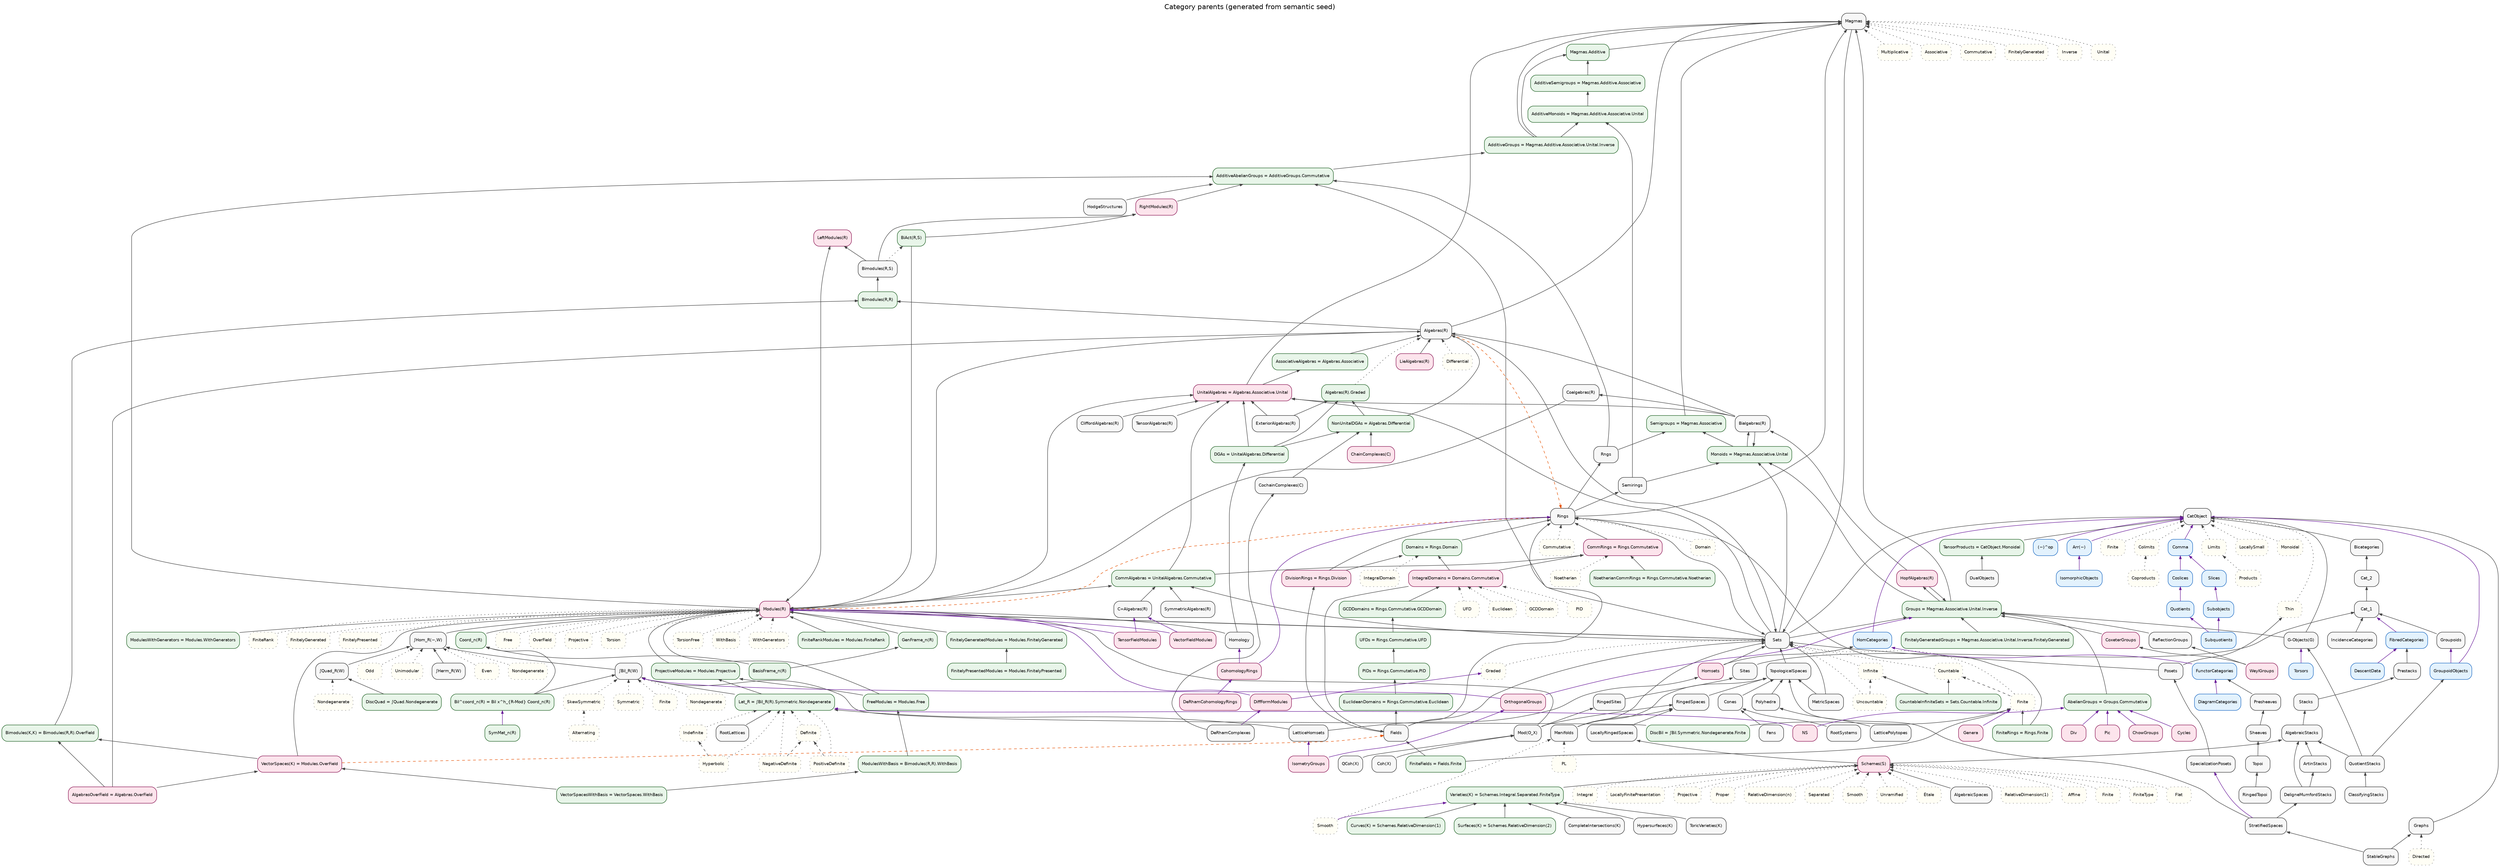
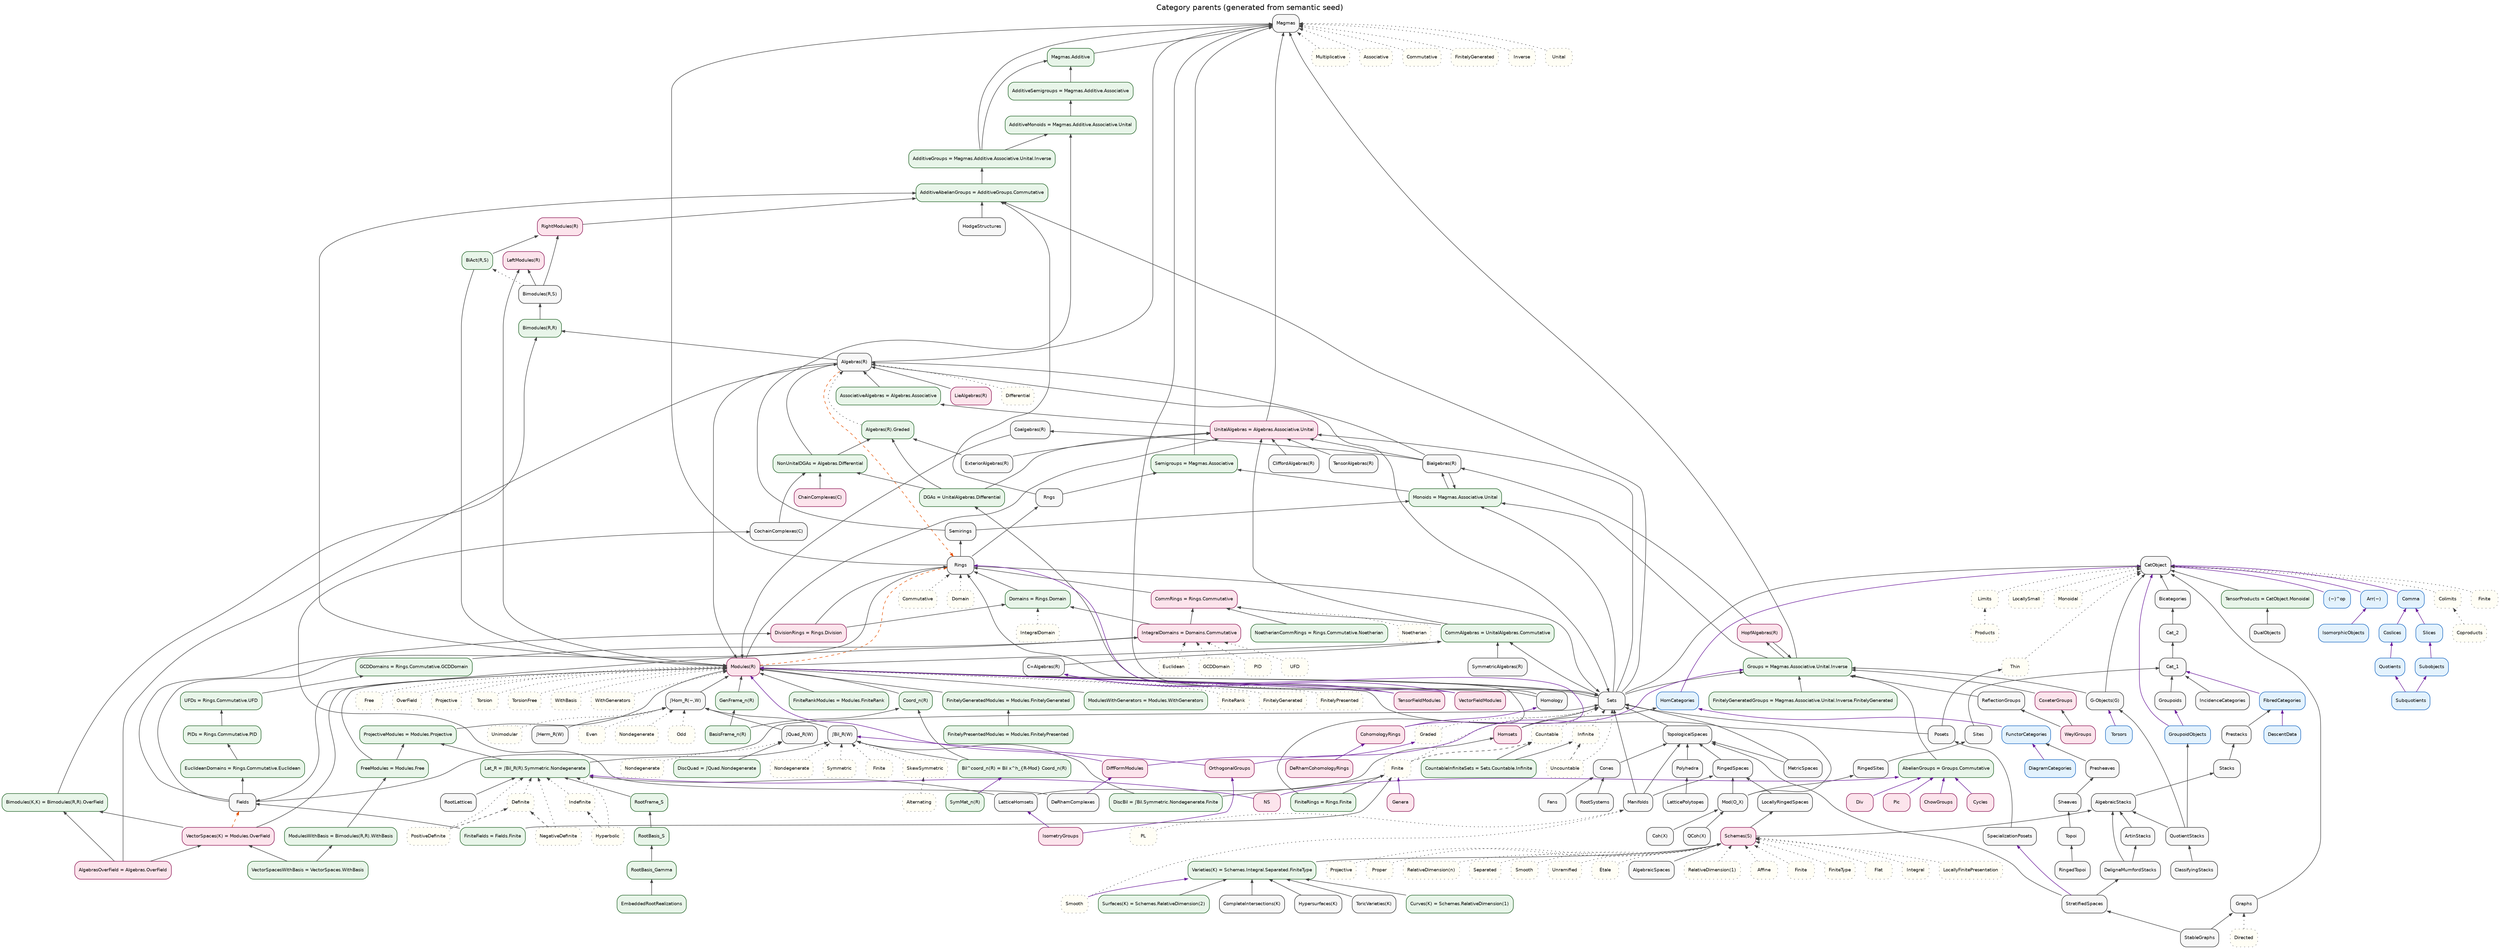
// GENERATED from semantic_seed/ — semantic presentation view.
// Authoritative: design/normalized_category_graph/semantic_seed/
// Factory/viz layout: category_parent_graph.dot (hand; see .hand.dot)

digraph CategoryParents {
  graph [
    rankdir=BT
    labelloc=t
    label="Category parents (generated from semantic seed)"
    fontsize=15
    fontname="Helvetica"
    nodesep=0.28
    ranksep=0.45
    splines=true
  ];
  node [
    shape=box
    style="rounded,filled"
    fontname="Helvetica"
    fontsize=9
    fillcolor="#f7f7f7"
    color="#333333"
  ];
  edge [color="#444444", arrowsize=0.65];

  // --- category_family ---
  AlgebraicSpaces [style="rounded,filled", fillcolor="#f7f7f7", color="#333333", id="cat.algebraicspaces", kind="category_family"];
  AlgebraicStacks [style="rounded,filled", fillcolor="#f7f7f7", color="#333333", id="cat.algebraicstacks", kind="category_family"];
  "Algebras(R)" [style="rounded,filled", fillcolor="#f7f7f7", color="#333333", id="cat.algebras_r", kind="category_family"];
  ArtinStacks [style="rounded,filled", fillcolor="#f7f7f7", color="#333333", id="cat.artinstacks", kind="category_family"];
  "Bialgebras(R)" [style="rounded,filled", fillcolor="#f7f7f7", color="#333333", id="cat.bialgebras_r", kind="category_family"];
  Bicategories [style="rounded,filled", fillcolor="#f7f7f7", color="#333333", id="cat.bicategories", kind="category_family"];
  "Bimodules(R,S)" [style="rounded,filled", fillcolor="#f7f7f7", color="#333333", id="cat.bimodules_r_s", kind="category_family"];
  CatObject [style="rounded,filled", fillcolor="#f7f7f7", color="#333333", id="cat.cat_object", kind="category_family"];
  Cat_1 [style="rounded,filled", fillcolor="#f7f7f7", color="#333333", id="cat.cat_1", kind="category_family"];
  Cat_2 [style="rounded,filled", fillcolor="#f7f7f7", color="#333333", id="cat.cat_2", kind="category_family"];
  "ChainComplexes(C)" [style="rounded,filled", fillcolor="#f7f7f7", color="#333333", id="cat.chaincomplexes", kind="category_family"];
  ClassifyingStacks [style="rounded,filled", fillcolor="#f7f7f7", color="#333333", id="cat.classifyingstacks", kind="category_family"];
  "CliffordAlgebras(R)" [style="rounded,filled", fillcolor="#f7f7f7", color="#333333", id="cat.cliffordalgebras", kind="category_family"];
  "Coalgebras(R)" [style="rounded,filled", fillcolor="#f7f7f7", color="#333333", id="cat.coalgebras_r", kind="category_family"];
  "CochainComplexes(C)" [style="rounded,filled", fillcolor="#f7f7f7", color="#333333", id="cat.cochaincomplexes", kind="category_family"];
  "Coh(X)" [style="rounded,filled", fillcolor="#f7f7f7", color="#333333", id="cat.coh", kind="category_family"];
  "CompleteIntersections(K)" [style="rounded,filled", fillcolor="#f7f7f7", color="#333333", id="cat.completeintersections", kind="category_family"];
  Cones [style="rounded,filled", fillcolor="#f7f7f7", color="#333333", id="cat.cones", kind="category_family"];
  CoxeterGroups [style="rounded,filled", fillcolor="#f7f7f7", color="#333333", id="cat.coxeter_groups", kind="category_family"];
  "C∞Algebras(R)" [style="rounded,filled", fillcolor="#f7f7f7", color="#333333", id="cat.cinftyalgebras", kind="category_family"];
  DeRhamComplexes [style="rounded,filled", fillcolor="#f7f7f7", color="#333333", id="cat.derhamcomplexes", kind="category_family"];
  DeligneMumfordStacks [style="rounded,filled", fillcolor="#f7f7f7", color="#333333", id="cat.delignemumfordstacks", kind="category_family"];
  DualObjects [style="rounded,filled", fillcolor="#f7f7f7", color="#333333", id="cat.dualobjects", kind="category_family"];
  "ExteriorAlgebras(R)" [style="rounded,filled", fillcolor="#f7f7f7", color="#333333", id="cat.exterioralgebras", kind="category_family"];
  Fans [style="rounded,filled", fillcolor="#f7f7f7", color="#333333", id="cat.fans", kind="category_family"];
  Fields [style="rounded,filled", fillcolor="#f7f7f7", color="#333333", id="cat.fields", kind="category_family"];
  "G-Objects(G)" [style="rounded,filled", fillcolor="#f7f7f7", color="#333333", id="cat.g_objects", kind="category_family"];
  Graphs [style="rounded,filled", fillcolor="#f7f7f7", color="#333333", id="cat.graphs", kind="category_family"];
  Groupoids [style="rounded,filled", fillcolor="#f7f7f7", color="#333333", id="cat.groupoids", kind="category_family"];
  HodgeStructures [style="rounded,filled", fillcolor="#f7f7f7", color="#333333", id="cat.hodgestructures", kind="category_family"];
  Homology [style="rounded,filled", fillcolor="#f7f7f7", color="#333333", id="cat.homology", kind="category_family"];
  Homsets [style="rounded,filled", fillcolor="#f7f7f7", color="#333333", id="cat.homsets", kind="category_family"];
  "HopfAlgebras(R)" [style="rounded,filled", fillcolor="#f7f7f7", color="#333333", id="cat.hopf_algebras_r", kind="category_family"];
  "Hypersurfaces(K)" [style="rounded,filled", fillcolor="#f7f7f7", color="#333333", id="cat.hypersurfaces", kind="category_family"];
  IncidenceCategories [style="rounded,filled", fillcolor="#f7f7f7", color="#333333", id="cat.incidencecategories", kind="category_family"];
  LatticeHomsets [style="rounded,filled", fillcolor="#f7f7f7", color="#333333", id="cat.latticehomsets", kind="category_family"];
  LatticePolytopes [style="rounded,filled", fillcolor="#f7f7f7", color="#333333", id="cat.latticepolytopes", kind="category_family"];
  "LieAlgebras(R)" [style="rounded,filled", fillcolor="#f7f7f7", color="#333333", id="cat.lie_algebras_r", kind="category_family"];
  LocallyRingedSpaces [style="rounded,filled", fillcolor="#f7f7f7", color="#333333", id="cat.locallyringedspaces", kind="category_family"];
  Magmas [style="rounded,filled", fillcolor="#f7f7f7", color="#333333", id="cat.magmas", kind="category_family"];
  Manifolds [style="rounded,filled", fillcolor="#f7f7f7", color="#333333", id="cat.manifolds", kind="category_family"];
  MetricSpaces [style="rounded,filled", fillcolor="#f7f7f7", color="#333333", id="cat.metricspaces", kind="category_family"];
  "Mod(O_X)" [style="rounded,filled", fillcolor="#f7f7f7", color="#333333", id="cat.mod", kind="category_family"];
  "Modules(R)" [style="rounded,filled", fillcolor="#f7f7f7", color="#333333", id="cat.modules_r", kind="category_family"];
  Polyhedra [style="rounded,filled", fillcolor="#f7f7f7", color="#333333", id="cat.polyhedra", kind="category_family"];
  Posets [style="rounded,filled", fillcolor="#f7f7f7", color="#333333", id="cat.posets", kind="category_family"];
  Presheaves [style="rounded,filled", fillcolor="#f7f7f7", color="#333333", id="cat.presheaves", kind="category_family"];
  Prestacks [style="rounded,filled", fillcolor="#f7f7f7", color="#333333", id="cat.prestacks", kind="category_family"];
  "QCoh(X)" [style="rounded,filled", fillcolor="#f7f7f7", color="#333333", id="cat.qcoh", kind="category_family"];
  QuotientStacks [style="rounded,filled", fillcolor="#f7f7f7", color="#333333", id="cat.quotientstacks", kind="category_family"];
  ReflectionGroups [style="rounded,filled", fillcolor="#f7f7f7", color="#333333", id="cat.reflectiongroups", kind="category_family"];
  RingedSites [style="rounded,filled", fillcolor="#f7f7f7", color="#333333", id="cat.ringedsites", kind="category_family"];
  RingedSpaces [style="rounded,filled", fillcolor="#f7f7f7", color="#333333", id="cat.ringedspaces", kind="category_family"];
  RingedTopoi [style="rounded,filled", fillcolor="#f7f7f7", color="#333333", id="cat.ringedtopoi", kind="category_family"];
  Rings [style="rounded,filled", fillcolor="#f7f7f7", color="#333333", id="cat.rings", kind="category_family"];
  Rngs [style="rounded,filled", fillcolor="#f7f7f7", color="#333333", id="cat.rngs", kind="category_family"];
  RootLattices [style="rounded,filled", fillcolor="#f7f7f7", color="#333333", id="cat.rootlattices", kind="category_family"];
  RootSystems [style="rounded,filled", fillcolor="#f7f7f7", color="#333333", id="cat.rootsystems", kind="category_family"];
  "Schemes(S)" [style="rounded,filled", fillcolor="#f7f7f7", color="#333333", id="cat.schemes_s", kind="category_family"];
  Semirings [style="rounded,filled", fillcolor="#f7f7f7", color="#333333", id="cat.semirings", kind="category_family"];
  Sets [style="rounded,filled", fillcolor="#f7f7f7", color="#333333", id="cat.sets", kind="category_family"];
  Sheaves [style="rounded,filled", fillcolor="#f7f7f7", color="#333333", id="cat.sheaves", kind="category_family"];
  Sites [style="rounded,filled", fillcolor="#f7f7f7", color="#333333", id="cat.sites", kind="category_family"];
  SpecializationPosets [style="rounded,filled", fillcolor="#f7f7f7", color="#333333", id="cat.specializationposets", kind="category_family"];
  StableGraphs [style="rounded,filled", fillcolor="#f7f7f7", color="#333333", id="cat.stablegraphs", kind="category_family"];
  Stacks [style="rounded,filled", fillcolor="#f7f7f7", color="#333333", id="cat.stacks", kind="category_family"];
  StratifiedSpaces [style="rounded,filled", fillcolor="#f7f7f7", color="#333333", id="cat.stratifiedspaces", kind="category_family"];
  "SymmetricAlgebras(R)" [style="rounded,filled", fillcolor="#f7f7f7", color="#333333", id="cat.symmetricalgebras", kind="category_family"];
  "TensorAlgebras(R)" [style="rounded,filled", fillcolor="#f7f7f7", color="#333333", id="cat.tensoralgebras", kind="category_family"];
  Topoi [style="rounded,filled", fillcolor="#f7f7f7", color="#333333", id="cat.topoi", kind="category_family"];
  TopologicalSpaces [style="rounded,filled", fillcolor="#f7f7f7", color="#333333", id="cat.topologicalspaces", kind="category_family"];
  "ToricVarieties(K)" [style="rounded,filled", fillcolor="#f7f7f7", color="#333333", id="cat.toricvarieties", kind="category_family"];
  WeylGroups [style="rounded,filled", fillcolor="#f7f7f7", color="#333333", id="cat.weyl_groups", kind="category_family"];
  "∫Bil_R(W)" [style="rounded,filled", fillcolor="#f7f7f7", color="#333333", id="cat.int_bil_r", kind="category_family"];
  "∫Herm_R(W)" [style="rounded,filled", fillcolor="#f7f7f7", color="#333333", id="cat.int_herm_r", kind="category_family"];
  "∫Hom_R(−,W)" [style="rounded,filled", fillcolor="#f7f7f7", color="#333333", id="cat.int_hom_r", kind="category_family"];
  "∫Quad_R(W)" [style="rounded,filled", fillcolor="#f7f7f7", color="#333333", id="cat.int_quad_r", kind="category_family"];

  // --- derived_category ---
  "AbelianGroups = Groups.Commutative" [style="rounded,filled", fillcolor="#e8f5e9", color="#1b5e20", id="cat.abelian_groups", kind="derived_category"];
  "AdditiveAbelianGroups = AdditiveGroups.Commutative" [style="rounded,filled", fillcolor="#e8f5e9", color="#1b5e20", id="cat.additive_abelian_groups", kind="derived_category"];
  "AdditiveGroups = Magmas.Additive.Associative.Unital.Inverse" [style="rounded,filled", fillcolor="#e8f5e9", color="#1b5e20", id="cat.additive_groups", kind="derived_category"];
  "AdditiveMonoids = Magmas.Additive.Associative.Unital" [style="rounded,filled", fillcolor="#e8f5e9", color="#1b5e20", id="cat.additive_monoids", kind="derived_category"];
  "AdditiveSemigroups = Magmas.Additive.Associative" [style="rounded,filled", fillcolor="#e8f5e9", color="#1b5e20", id="cat.additive_semigroups", kind="derived_category"];
  "Algebras(R).Graded" [style="rounded,filled", fillcolor="#e8f5e9", color="#1b5e20", id="cat.algebras_r.graded", kind="derived_category"];
  "AlgebrasOverField = Algebras.OverField" [style="rounded,filled", fillcolor="#e8f5e9", color="#1b5e20", id="cat.algebras_over_field", kind="derived_category"];
  "AssociativeAlgebras = Algebras.Associative" [style="rounded,filled", fillcolor="#e8f5e9", color="#1b5e20", id="cat.associativealgebras", kind="derived_category"];
  "BasisFrame_n(R)" [style="rounded,filled", fillcolor="#e8f5e9", color="#1b5e20", id="cat.basisframe_n_r", kind="derived_category"];
  "BiAct(R,S)" [style="rounded,filled", fillcolor="#e8f5e9", color="#1b5e20", id="cat.biact_r_s", kind="derived_category"];
  "Bil^coord_n(R) = Bil x^h_{R-Mod} Coord_n(R)" [style="rounded,filled", fillcolor="#e8f5e9", color="#1b5e20", id="cat.bil_coord_n_r", kind="derived_category"];
  "Bimodules(K,K) = Bimodules(R,R).OverField" [style="rounded,filled", fillcolor="#e8f5e9", color="#1b5e20", id="cat.bimodules_k_k", kind="derived_category"];
  "Bimodules(R,R)" [style="rounded,filled", fillcolor="#e8f5e9", color="#1b5e20", id="cat.bimodules_r_r", kind="derived_category"];
  "CommAlgebras = UnitalAlgebras.Commutative" [style="rounded,filled", fillcolor="#e8f5e9", color="#1b5e20", id="cat.commutative_algebras", kind="derived_category"];
  "CommRings = Rings.Commutative" [style="rounded,filled", fillcolor="#e8f5e9", color="#1b5e20", id="cat.commutative_rings", kind="derived_category"];
  "Coord_n(R)" [style="rounded,filled", fillcolor="#e8f5e9", color="#1b5e20", id="cat.coord_n_r", kind="derived_category"];
  "CountableInfiniteSets = Sets.Countable.Infinite" [style="rounded,filled", fillcolor="#e8f5e9", color="#1b5e20", id="cat.countableinfinitesets", kind="derived_category"];
  "Curves(K) = Schemes.RelativeDimension(1)" [style="rounded,filled", fillcolor="#e8f5e9", color="#1b5e20", id="cat.curves", kind="derived_category"];
  "DGAs = UnitalAlgebras.Differential" [style="rounded,filled", fillcolor="#e8f5e9", color="#1b5e20", id="cat.dgas", kind="derived_category"];
  "DiscBil = ∫Bil.Symmetric.Nondegenerate.Finite" [style="rounded,filled", fillcolor="#e8f5e9", color="#1b5e20", id="cat.discbil", kind="derived_category"];
  "DiscQuad = ∫Quad.Nondegenerate" [style="rounded,filled", fillcolor="#e8f5e9", color="#1b5e20", id="cat.discquad", kind="derived_category"];
  "DivisionRings = Rings.Division" [style="rounded,filled", fillcolor="#e8f5e9", color="#1b5e20", id="cat.division_rings", kind="derived_category"];
  "Domains = Rings.Domain" [style="rounded,filled", fillcolor="#e8f5e9", color="#1b5e20", id="cat.domains", kind="derived_category"];
+   EmbeddedRootRealizations [style="rounded,filled", fillcolor="#e8f5e9", color="#1b5e20", id="cat.embeddedrootrealization", kind="derived_category"];
  "EuclideanDomains = Rings.Commutative.Euclidean" [style="rounded,filled", fillcolor="#e8f5e9", color="#1b5e20", id="cat.euclidean_domains", kind="derived_category"];
  "FiniteFields = Fields.Finite" [style="rounded,filled", fillcolor="#e8f5e9", color="#1b5e20", id="cat.finite_fields", kind="derived_category"];
  "FiniteRankModules = Modules.FiniteRank" [style="rounded,filled", fillcolor="#e8f5e9", color="#1b5e20", id="cat.finiterankmodules", kind="derived_category"];
  "FiniteRings = Rings.Finite" [style="rounded,filled", fillcolor="#e8f5e9", color="#1b5e20", id="cat.finite_rings", kind="derived_category"];
  "FinitelyGeneratedGroups = Magmas.Associative.Unital.Inverse.FinitelyGenerated" [style="rounded,filled", fillcolor="#e8f5e9", color="#1b5e20", id="cat.finitelygeneratedgroups", kind="derived_category"];
  "FinitelyGeneratedModules = Modules.FinitelyGenerated" [style="rounded,filled", fillcolor="#e8f5e9", color="#1b5e20", id="cat.finitelygeneratedmodules", kind="derived_category"];
  "FinitelyPresentedModules = Modules.FinitelyPresented" [style="rounded,filled", fillcolor="#e8f5e9", color="#1b5e20", id="cat.finitelypresentedmodules", kind="derived_category"];
  "FreeModules = Modules.Free" [style="rounded,filled", fillcolor="#e8f5e9", color="#1b5e20", id="cat.freemodules", kind="derived_category"];
  "GCDDomains = Rings.Commutative.GCDDomain" [style="rounded,filled", fillcolor="#e8f5e9", color="#1b5e20", id="cat.gcd_domains", kind="derived_category"];
  "GenFrame_n(R)" [style="rounded,filled", fillcolor="#e8f5e9", color="#1b5e20", id="cat.genframe_n_r", kind="derived_category"];
  "Groups = Magmas.Associative.Unital.Inverse" [style="rounded,filled", fillcolor="#e8f5e9", color="#1b5e20", id="cat.groups", kind="derived_category"];
  "IntegralDomains = Domains.Commutative" [style="rounded,filled", fillcolor="#e8f5e9", color="#1b5e20", id="cat.integral_domains", kind="derived_category"];
  "Lat_R = ∫Bil_R(R).Symmetric.Nondegenerate" [style="rounded,filled", fillcolor="#e8f5e9", color="#1b5e20", id="cat.lat_r", kind="derived_category"];
  "Magmas.Additive" [style="rounded,filled", fillcolor="#e8f5e9", color="#1b5e20", id="cat.additive_magmas", kind="derived_category"];
  "ModulesWithBasis = Bimodules(R,R).WithBasis" [style="rounded,filled", fillcolor="#e8f5e9", color="#1b5e20", id="cat.modules_with_basis", kind="derived_category"];
  "ModulesWithGenerators = Modules.WithGenerators" [style="rounded,filled", fillcolor="#e8f5e9", color="#1b5e20", id="cat.moduleswithgenerators", kind="derived_category"];
  "Monoids = Magmas.Associative.Unital" [style="rounded,filled", fillcolor="#e8f5e9", color="#1b5e20", id="cat.monoids", kind="derived_category"];
  "NoetherianCommRings = Rings.Commutative.Noetherian" [style="rounded,filled", fillcolor="#e8f5e9", color="#1b5e20", id="cat.noetheriancommrings", kind="derived_category"];
  "NonUnitalDGAs = Algebras.Differential" [style="rounded,filled", fillcolor="#e8f5e9", color="#1b5e20", id="cat.nonunitaldgas", kind="derived_category"];
  "PIDs = Rings.Commutative.PID" [style="rounded,filled", fillcolor="#e8f5e9", color="#1b5e20", id="cat.pids", kind="derived_category"];
  "ProjectiveModules = Modules.Projective" [style="rounded,filled", fillcolor="#e8f5e9", color="#1b5e20", id="cat.projectivemodules", kind="derived_category"];
  "RightModules(R)" [style="rounded,filled", fillcolor="#e8f5e9", color="#1b5e20", id="cat.right_modules_r", kind="derived_category"];
+   RootBasis_Gamma [style="rounded,filled", fillcolor="#e8f5e9", color="#1b5e20", id="cat.rootbasis_gamma", kind="derived_category"];
+   RootBasis_S [style="rounded,filled", fillcolor="#e8f5e9", color="#1b5e20", id="cat.rootbasis_s", kind="derived_category"];
+   RootFrame_S [style="rounded,filled", fillcolor="#e8f5e9", color="#1b5e20", id="cat.rootframe_s", kind="derived_category"];
  "Semigroups = Magmas.Associative" [style="rounded,filled", fillcolor="#e8f5e9", color="#1b5e20", id="cat.semigroups", kind="derived_category"];
  "Surfaces(K) = Schemes.RelativeDimension(2)" [style="rounded,filled", fillcolor="#e8f5e9", color="#1b5e20", id="cat.surfaces", kind="derived_category"];
  "SymMat_n(R)" [style="rounded,filled", fillcolor="#e8f5e9", color="#1b5e20", id="cat.symmat_n_r", kind="derived_category"];
  "TensorProducts = CatObject.Monoidal" [style="rounded,filled", fillcolor="#e8f5e9", color="#1b5e20", id="cat.tensorproducts", kind="derived_category"];
  "UFDs = Rings.Commutative.UFD" [style="rounded,filled", fillcolor="#e8f5e9", color="#1b5e20", id="cat.ufds", kind="derived_category"];
  "UnitalAlgebras = Algebras.Associative.Unital" [style="rounded,filled", fillcolor="#e8f5e9", color="#1b5e20", id="cat.unital_algebras", kind="derived_category"];
  "Varieties(K) = Schemes.Integral.Separated.FiniteType" [style="rounded,filled", fillcolor="#e8f5e9", color="#1b5e20", id="cat.varieties", kind="derived_category"];
  "VectorSpaces(K) = Modules.OverField" [style="rounded,filled", fillcolor="#e8f5e9", color="#1b5e20", id="cat.vector_spaces_k", kind="derived_category"];
  "VectorSpacesWithBasis = VectorSpaces.WithBasis" [style="rounded,filled", fillcolor="#e8f5e9", color="#1b5e20", id="cat.vectorspaceswithbasis", kind="derived_category"];

  // --- category_constructor ---
  "(−)^op" [style="rounded,filled", fillcolor="#e3f2fd", color="#1565c0", id="ctor.op", kind="category_constructor"];
  "Arr(−)" [style="rounded,filled", fillcolor="#e3f2fd", color="#1565c0", id="ctor.arr", kind="category_constructor"];
  Comma [style="rounded,filled", fillcolor="#e3f2fd", color="#1565c0", id="ctor.comma", kind="category_constructor"];
  Coslices [style="rounded,filled", fillcolor="#e3f2fd", color="#1565c0", id="ctor.coslices", kind="category_constructor"];
  DescentData [style="rounded,filled", fillcolor="#e3f2fd", color="#1565c0", id="ctor.descentdata", kind="category_constructor"];
  DiagramCategories [style="rounded,filled", fillcolor="#e3f2fd", color="#1565c0", id="ctor.diagramcategories", kind="category_constructor"];
  FibredCategories [style="rounded,filled", fillcolor="#e3f2fd", color="#1565c0", id="ctor.fibredcategories", kind="category_constructor"];
  FunctorCategories [style="rounded,filled", fillcolor="#e3f2fd", color="#1565c0", id="ctor.functorcategories", kind="category_constructor"];
  GroupoidObjects [style="rounded,filled", fillcolor="#e3f2fd", color="#1565c0", id="ctor.groupoidobjects", kind="category_constructor"];
  HomCategories [style="rounded,filled", fillcolor="#e3f2fd", color="#1565c0", id="ctor.homcategories", kind="category_constructor"];
  IsomorphicObjects [style="rounded,filled", fillcolor="#e3f2fd", color="#1565c0", id="ctor.isomorphicobjects", kind="category_constructor"];
  Quotients [style="rounded,filled", fillcolor="#e3f2fd", color="#1565c0", id="ctor.quotients", kind="category_constructor"];
  Slices [style="rounded,filled", fillcolor="#e3f2fd", color="#1565c0", id="ctor.slices", kind="category_constructor"];
  Subobjects [style="rounded,filled", fillcolor="#e3f2fd", color="#1565c0", id="ctor.subobjects", kind="category_constructor"];
  Subquotients [style="rounded,filled", fillcolor="#e3f2fd", color="#1565c0", id="ctor.subquotients", kind="category_constructor"];
  Torsors [style="rounded,filled", fillcolor="#e3f2fd", color="#1565c0", id="ctor.torsors", kind="category_constructor"];

  // --- classifier_domain ---
  "CatObject.Colimits" [style="rounded,filled,dotted", fillcolor="#fffef5", color="#888888", id="clf.catobject_colimits", kind="classifier_domain", label="Colimits"];
  "CatObject.Coproducts" [style="rounded,filled,dotted", fillcolor="#fffef5", color="#888888", id="clf.catobject_coproducts", kind="classifier_domain", label="Coproducts"];
  "CatObject.Finite" [style="rounded,filled,dotted", fillcolor="#fffef5", color="#888888", id="clf.catobject_finite", kind="classifier_domain", label="Finite"];
  "CatObject.Limits" [style="rounded,filled,dotted", fillcolor="#fffef5", color="#888888", id="clf.catobject_limits", kind="classifier_domain", label="Limits"];
  "CatObject.LocallySmall" [style="rounded,filled,dotted", fillcolor="#fffef5", color="#888888", id="clf.catobject_locallysmall", kind="classifier_domain", label="LocallySmall"];
  "CatObject.Products" [style="rounded,filled,dotted", fillcolor="#fffef5", color="#888888", id="clf.catobject_products", kind="classifier_domain", label="Products"];
  "CatObject.Thin" [style="rounded,filled,dotted", fillcolor="#fffef5", color="#888888", id="clf.catobject_thin", kind="classifier_domain", label="Thin"];
  "Graphs.Directed" [style="rounded,filled,dotted", fillcolor="#fffef5", color="#888888", id="clf.graphs_directed", kind="classifier_domain", label="Directed"];
  "Lat.Definite" [style="rounded,filled,dotted", fillcolor="#fffef5", color="#888888", id="clf.lat_definite", kind="classifier_domain", label="Definite"];
  "Lat.Hyperbolic" [style="rounded,filled,dotted", fillcolor="#fffef5", color="#888888", id="clf.lat_hyperbolic", kind="classifier_domain", label="Hyperbolic"];
  "Lat.Indefinite" [style="rounded,filled,dotted", fillcolor="#fffef5", color="#888888", id="clf.lat_indefinite", kind="classifier_domain", label="Indefinite"];
  "Lat.NegativeDefinite" [style="rounded,filled,dotted", fillcolor="#fffef5", color="#888888", id="clf.lat_negativedefinite", kind="classifier_domain", label="NegativeDefinite"];
  "Lat.PositiveDefinite" [style="rounded,filled,dotted", fillcolor="#fffef5", color="#888888", id="clf.lat_positivedefinite", kind="classifier_domain", label="PositiveDefinite"];
  "Magmas.Multiplicative" [style="rounded,filled,dotted", fillcolor="#fffef5", color="#888888", id="clf.magmas_multiplicative", kind="classifier_domain", label="Multiplicative"];
  "Manifolds.PL" [style="rounded,filled,dotted", fillcolor="#fffef5", color="#888888", id="clf.manifolds_pl", kind="classifier_domain", label="PL"];
  "Manifolds.Smooth" [style="rounded,filled,dotted", fillcolor="#fffef5", color="#888888", id="clf.manifolds_smooth", kind="classifier_domain", label="Smooth"];
  "Modules.FiniteRank" [style="rounded,filled,dotted", fillcolor="#fffef5", color="#888888", id="clf.modules_finiterank", kind="classifier_domain", label="FiniteRank"];
  "Modules.FinitelyGenerated" [style="rounded,filled,dotted", fillcolor="#fffef5", color="#888888", id="clf.modules_finitelygenerated", kind="classifier_domain", label="FinitelyGenerated"];
  "Modules.FinitelyPresented" [style="rounded,filled,dotted", fillcolor="#fffef5", color="#888888", id="clf.modules_finitelypresented", kind="classifier_domain", label="FinitelyPresented"];
  "Modules.Free" [style="rounded,filled,dotted", fillcolor="#fffef5", color="#888888", id="clf.modules_free", kind="classifier_domain", label="Free"];
  "Modules.OverField" [style="rounded,filled,dotted", fillcolor="#fffef5", color="#888888", id="clf.modules.over_field.domain", kind="classifier_domain", label="OverField"];
  "Modules.Projective" [style="rounded,filled,dotted", fillcolor="#fffef5", color="#888888", id="clf.modules_projective", kind="classifier_domain", label="Projective"];
  "Modules.Torsion" [style="rounded,filled,dotted", fillcolor="#fffef5", color="#888888", id="clf.modules_torsion", kind="classifier_domain", label="Torsion"];
  "Modules.TorsionFree" [style="rounded,filled,dotted", fillcolor="#fffef5", color="#888888", id="clf.modules_torsionfree", kind="classifier_domain", label="TorsionFree"];
  "Modules.WithBasis" [style="rounded,filled,dotted", fillcolor="#fffef5", color="#888888", id="clf.modules.with_basis.domain", kind="classifier_domain", label="WithBasis"];
  "Modules.WithGenerators" [style="rounded,filled,dotted", fillcolor="#fffef5", color="#888888", id="clf.modules_withgenerators", kind="classifier_domain", label="WithGenerators"];
  "Rings.Commutative" [style="rounded,filled,dotted", fillcolor="#fffef5", color="#888888", id="clf.rings.commutative.domain", kind="classifier_domain", label="Commutative"];
  "Schemes(S).RelativeDimension(1)" [style="rounded,filled,dotted", fillcolor="#fffef5", color="#888888", id="clf.schemes_s.relativedimension.domain", kind="classifier_domain", label="RelativeDimension(1)"];
  "Schemes.Affine" [style="rounded,filled,dotted", fillcolor="#fffef5", color="#888888", id="clf.schemes_affine", kind="classifier_domain", label="Affine"];
  "Schemes.Finite" [style="rounded,filled,dotted", fillcolor="#fffef5", color="#888888", id="clf.schemes_finite", kind="classifier_domain", label="Finite"];
  "Schemes.FiniteType" [style="rounded,filled,dotted", fillcolor="#fffef5", color="#888888", id="clf.schemes_finitetype", kind="classifier_domain", label="FiniteType"];
  "Schemes.Flat" [style="rounded,filled,dotted", fillcolor="#fffef5", color="#888888", id="clf.schemes_flat", kind="classifier_domain", label="Flat"];
  "Schemes.Integral" [style="rounded,filled,dotted", fillcolor="#fffef5", color="#888888", id="clf.schemes_integral", kind="classifier_domain", label="Integral"];
  "Schemes.LocallyFinitePresentation" [style="rounded,filled,dotted", fillcolor="#fffef5", color="#888888", id="clf.schemes_locallyfinitepresentation", kind="classifier_domain", label="LocallyFinitePresentation"];
  "Schemes.Projective" [style="rounded,filled,dotted", fillcolor="#fffef5", color="#888888", id="clf.schemes_projective", kind="classifier_domain", label="Projective"];
  "Schemes.Proper" [style="rounded,filled,dotted", fillcolor="#fffef5", color="#888888", id="clf.schemes_proper", kind="classifier_domain", label="Proper"];
  "Schemes.RelativeDimension(n)" [style="rounded,filled,dotted", fillcolor="#fffef5", color="#888888", id="clf.schemes_relativedimension", kind="classifier_domain", label="RelativeDimension(n)"];
  "Schemes.Separated" [style="rounded,filled,dotted", fillcolor="#fffef5", color="#888888", id="clf.schemes_separated", kind="classifier_domain", label="Separated"];
  "Schemes.Smooth" [style="rounded,filled,dotted", fillcolor="#fffef5", color="#888888", id="clf.schemes_smooth", kind="classifier_domain", label="Smooth"];
  "Schemes.Unramified" [style="rounded,filled,dotted", fillcolor="#fffef5", color="#888888", id="clf.schemes_unramified", kind="classifier_domain", label="Unramified"];
  "Schemes.Étale" [style="rounded,filled,dotted", fillcolor="#fffef5", color="#888888", id="clf.schemes_etale", kind="classifier_domain", label="Étale"];
  "Sets.Countable" [style="rounded,filled,dotted", fillcolor="#fffef5", color="#888888", id="clf.sets_countable", kind="classifier_domain", label="Countable"];
  "Sets.Finite" [style="rounded,filled,dotted", fillcolor="#fffef5", color="#888888", id="clf.sets.finite.domain", kind="classifier_domain", label="Finite"];
  "Sets.Graded" [style="rounded,filled,dotted", fillcolor="#fffef5", color="#888888", id="clf.sets.graded.domain", kind="classifier_domain", label="Graded"];
  "Sets.Infinite" [style="rounded,filled,dotted", fillcolor="#fffef5", color="#888888", id="clf.sets_infinite", kind="classifier_domain", label="Infinite"];
  "Sets.Uncountable" [style="rounded,filled,dotted", fillcolor="#fffef5", color="#888888", id="clf.sets_uncountable", kind="classifier_domain", label="Uncountable"];
  "ax.Associative" [style="rounded,filled,dotted", fillcolor="#fffef5", color="#888888", id="clf.ax_associative", kind="classifier_domain", label="Associative"];
  "ax.Commutative" [style="rounded,filled,dotted", fillcolor="#fffef5", color="#888888", id="clf.ax_commutative", kind="classifier_domain", label="Commutative"];
  "ax.Differential" [style="rounded,filled,dotted", fillcolor="#fffef5", color="#888888", id="clf.ax_differential", kind="classifier_domain", label="Differential"];
  "ax.Domain" [style="rounded,filled,dotted", fillcolor="#fffef5", color="#888888", id="clf.ax_domain", kind="classifier_domain", label="Domain"];
  "ax.Euclidean" [style="rounded,filled,dotted", fillcolor="#fffef5", color="#888888", id="clf.ax_euclidean", kind="classifier_domain", label="Euclidean"];
  "ax.FinitelyGenerated" [style="rounded,filled,dotted", fillcolor="#fffef5", color="#888888", id="clf.ax_finitelygenerated", kind="classifier_domain", label="FinitelyGenerated"];
  "ax.GCDDomain" [style="rounded,filled,dotted", fillcolor="#fffef5", color="#888888", id="clf.ax_gcddomain", kind="classifier_domain", label="GCDDomain"];
  "ax.IntegralDomain" [style="rounded,filled,dotted", fillcolor="#fffef5", color="#888888", id="clf.ax_integraldomain", kind="classifier_domain", label="IntegralDomain"];
  "ax.Inverse" [style="rounded,filled,dotted", fillcolor="#fffef5", color="#888888", id="clf.ax_inverse", kind="classifier_domain", label="Inverse"];
  "ax.Monoidal" [style="rounded,filled,dotted", fillcolor="#fffef5", color="#888888", id="clf.ax_monoidal", kind="classifier_domain", label="Monoidal"];
  "ax.Noetherian" [style="rounded,filled,dotted", fillcolor="#fffef5", color="#888888", id="clf.ax_noetherian", kind="classifier_domain", label="Noetherian"];
  "ax.PID" [style="rounded,filled,dotted", fillcolor="#fffef5", color="#888888", id="clf.ax_pid", kind="classifier_domain", label="PID"];
  "ax.UFD" [style="rounded,filled,dotted", fillcolor="#fffef5", color="#888888", id="clf.ax_ufd", kind="classifier_domain", label="UFD"];
  "ax.Unital" [style="rounded,filled,dotted", fillcolor="#fffef5", color="#888888", id="clf.ax_unital", kind="classifier_domain", label="Unital"];
  "∫Bil.Alternating" [style="rounded,filled,dotted", fillcolor="#fffef5", color="#888888", id="clf.int_bil_alternating", kind="classifier_domain", label="Alternating"];
  "∫Bil.SkewSymmetric" [style="rounded,filled,dotted", fillcolor="#fffef5", color="#888888", id="clf.int_bil_skewsymmetric", kind="classifier_domain", label="SkewSymmetric"];
  "∫Bil.Symmetric" [style="rounded,filled,dotted", fillcolor="#fffef5", color="#888888", id="clf.int_bil_symmetric", kind="classifier_domain", label="Symmetric"];
  "∫Bil_R(W).Finite" [style="rounded,filled,dotted", fillcolor="#fffef5", color="#888888", id="clf.int_bil_r.finite.domain", kind="classifier_domain", label="Finite"];
  "∫Bil_R(W).Nondegenerate" [style="rounded,filled,dotted", fillcolor="#fffef5", color="#888888", id="clf.int_bil_r.nondegenerate.domain", kind="classifier_domain", label="Nondegenerate"];
  "∫Hom.Even" [style="rounded,filled,dotted", fillcolor="#fffef5", color="#888888", id="clf.int_hom_even", kind="classifier_domain", label="Even"];
  "∫Hom.Nondegenerate" [style="rounded,filled,dotted", fillcolor="#fffef5", color="#888888", id="clf.int_hom_nondegenerate", kind="classifier_domain", label="Nondegenerate"];
  "∫Hom.Odd" [style="rounded,filled,dotted", fillcolor="#fffef5", color="#888888", id="clf.int_hom_odd", kind="classifier_domain", label="Odd"];
  "∫Hom.Unimodular" [style="rounded,filled,dotted", fillcolor="#fffef5", color="#888888", id="clf.int_hom_unimodular", kind="classifier_domain", label="Unimodular"];
  "∫Quad_R(W).Nondegenerate" [style="rounded,filled,dotted", fillcolor="#fffef5", color="#888888", id="clf.int_quad_r.nondegenerate.domain", kind="classifier_domain", label="Nondegenerate"];

  // --- alias ---
  "AlgebrasOverField = Algebras.OverField" [style="rounded,filled", fillcolor="#fce4ec", color="#880e4f", id="cat.associativeunitalalgebras_k", kind="alias"];
  "ChainComplexes(C)" [style="rounded,filled", fillcolor="#fce4ec", color="#880e4f", id="cat.chaincomplexes_c", kind="alias"];
  ChowGroups [style="rounded,filled", fillcolor="#fce4ec", color="#880e4f", id="val.chowgroups", kind="alias"];
  CohomologyRings [style="rounded,filled", fillcolor="#fce4ec", color="#880e4f", id="val.cohomologyrings", kind="alias"];
  "CommRings = Rings.Commutative" [style="rounded,filled", fillcolor="#fce4ec", color="#880e4f", id="cat.commutativerings", kind="alias"];
  CoxeterGroups [style="rounded,filled", fillcolor="#fce4ec", color="#880e4f", id="cat.coxetergroups", kind="alias"];
  Cycles [style="rounded,filled", fillcolor="#fce4ec", color="#880e4f", id="val.cycles", kind="alias"];
  DeRhamCohomologyRings [style="rounded,filled", fillcolor="#fce4ec", color="#880e4f", id="val.derhamcohomologyrings", kind="alias"];
  DiffFormModules [style="rounded,filled", fillcolor="#fce4ec", color="#880e4f", id="val.diffformmodules", kind="alias"];
  Div [style="rounded,filled", fillcolor="#fce4ec", color="#880e4f", id="val.div", kind="alias"];
  "DivisionRings = Rings.Division" [style="rounded,filled", fillcolor="#fce4ec", color="#880e4f", id="cat.divisionrings", kind="alias"];
  Genera [style="rounded,filled", fillcolor="#fce4ec", color="#880e4f", id="val.genera", kind="alias"];
  Homsets [style="rounded,filled", fillcolor="#fce4ec", color="#880e4f", id="cat.homsets_c", kind="alias"];
  "HopfAlgebras(R)" [style="rounded,filled", fillcolor="#fce4ec", color="#880e4f", id="cat.hopfalgebras_r", kind="alias"];
  "IntegralDomains = Domains.Commutative" [style="rounded,filled", fillcolor="#fce4ec", color="#880e4f", id="cat.integraldomains", kind="alias"];
  IsometryGroups [style="rounded,filled", fillcolor="#fce4ec", color="#880e4f", id="val.isometrygroups", kind="alias"];
  "LeftModules(R)" [style="rounded,filled", fillcolor="#fce4ec", color="#880e4f", id="cat.left_modules_r", kind="alias"];
  "LieAlgebras(R)" [style="rounded,filled", fillcolor="#fce4ec", color="#880e4f", id="cat.liealgebras_r", kind="alias"];
  "Modules(R)" [style="rounded,filled", fillcolor="#fce4ec", color="#880e4f", id="cat.modules_a", kind="alias"];
  NS [style="rounded,filled", fillcolor="#fce4ec", color="#880e4f", id="val.ns", kind="alias"];
  OrthogonalGroups [style="rounded,filled", fillcolor="#fce4ec", color="#880e4f", id="val.orthogonal_groups", kind="alias"];
  Pic [style="rounded,filled", fillcolor="#fce4ec", color="#880e4f", id="val.pic", kind="alias"];
  "RightModules(R)" [style="rounded,filled", fillcolor="#fce4ec", color="#880e4f", id="cat.modules_rop", kind="alias"];
  "Schemes(S)" [style="rounded,filled", fillcolor="#fce4ec", color="#880e4f", id="cat.schemes_k", kind="alias"];
  TensorFieldModules [style="rounded,filled", fillcolor="#fce4ec", color="#880e4f", id="val.tensorfieldmodules", kind="alias"];
  "UnitalAlgebras = Algebras.Associative.Unital" [style="rounded,filled", fillcolor="#fce4ec", color="#880e4f", id="cat.associativeunitalalgebras_r", kind="alias"];
  VectorFieldModules [style="rounded,filled", fillcolor="#fce4ec", color="#880e4f", id="val.vectorfieldmodules", kind="alias"];
  "VectorSpaces(K) = Modules.OverField" [style="rounded,filled", fillcolor="#fce4ec", color="#880e4f", id="cat.modules_k", kind="alias"];
  WeylGroups [style="rounded,filled", fillcolor="#fce4ec", color="#880e4f", id="cat.weylgroups", kind="alias"];

  // --- preferred arrows ---
  "LeftModules(R)" -> "Modules(R)" [dir=both, kind="equivalence", id="arr.alias.left_modules"];
  "Algebras(R).Graded" -> "Algebras(R)" [style=dotted, kind="classifier_leg", id="arr.clf.algebras_r.graded"];
  "ax.Associative" -> Magmas [style=dotted, kind="classifier_leg", id="arr.clf.ax_associative"];
  "ax.Commutative" -> Magmas [style=dotted, kind="classifier_leg", id="arr.clf.ax_commutative"];
  "ax.Differential" -> "Algebras(R)" [style=dotted, kind="classifier_leg", id="arr.clf.ax_differential"];
  "ax.Domain" -> Rings [style=dotted, kind="classifier_leg", id="arr.clf.ax_domain"];
  "ax.Euclidean" -> "IntegralDomains = Domains.Commutative" [style=dotted, kind="classifier_leg", id="arr.clf.ax_euclidean"];
  "ax.FinitelyGenerated" -> Magmas [style=dotted, kind="classifier_leg", id="arr.clf.ax_finitelygenerated"];
  "ax.GCDDomain" -> "IntegralDomains = Domains.Commutative" [style=dotted, kind="classifier_leg", id="arr.clf.ax_gcddomain"];
  "ax.IntegralDomain" -> "Domains = Rings.Domain" [style=dotted, kind="classifier_leg", id="arr.clf.ax_integraldomain"];
  "ax.Inverse" -> Magmas [style=dotted, kind="classifier_leg", id="arr.clf.ax_inverse"];
  "ax.Monoidal" -> CatObject [style=dotted, kind="classifier_leg", id="arr.clf.ax_monoidal"];
  "ax.Noetherian" -> "CommRings = Rings.Commutative" [style=dotted, kind="classifier_leg", id="arr.clf.ax_noetherian"];
  "ax.PID" -> "IntegralDomains = Domains.Commutative" [style=dotted, kind="classifier_leg", id="arr.clf.ax_pid"];
  "ax.UFD" -> "IntegralDomains = Domains.Commutative" [style=dotted, kind="classifier_leg", id="arr.clf.ax_ufd"];
  "ax.Unital" -> Magmas [style=dotted, kind="classifier_leg", id="arr.clf.ax_unital"];
  "CatObject.Colimits" -> CatObject [style=dotted, kind="classifier_leg", id="arr.clf.catobject_colimits"];
  "CatObject.Coproducts" -> "CatObject.Colimits" [style=dotted, kind="classifier_leg", id="arr.clf.catobject_coproducts"];
  "CatObject.Finite" -> CatObject [style=dotted, kind="classifier_leg", id="arr.clf.catobject_finite"];
  "CatObject.Limits" -> CatObject [style=dotted, kind="classifier_leg", id="arr.clf.catobject_limits"];
  "CatObject.LocallySmall" -> CatObject [style=dotted, kind="classifier_leg", id="arr.clf.catobject_locallysmall"];
  "CatObject.Products" -> "CatObject.Limits" [style=dotted, kind="classifier_leg", id="arr.clf.catobject_products"];
  "CatObject.Thin" -> CatObject [style=dotted, kind="classifier_leg", id="arr.clf.catobject_thin"];
  "Graphs.Directed" -> Graphs [style=dotted, kind="classifier_leg", id="arr.clf.graphs_directed"];
  "∫Bil.Alternating" -> "∫Bil.SkewSymmetric" [style=dotted, kind="classifier_leg", id="arr.clf.int_bil_alternating"];
  "∫Bil_R(W).Finite" -> "∫Bil_R(W)" [style=dotted, kind="classifier_leg", id="arr.clf.int_bil_r_finite"];
  "∫Bil_R(W).Nondegenerate" -> "∫Bil_R(W)" [style=dotted, kind="classifier_leg", id="arr.clf.int_bil_r_nondegenerate"];
  "∫Bil.SkewSymmetric" -> "∫Bil_R(W)" [style=dotted, kind="classifier_leg", id="arr.clf.int_bil_skewsymmetric"];
  "∫Bil.Symmetric" -> "∫Bil_R(W)" [style=dotted, kind="classifier_leg", id="arr.clf.int_bil_symmetric"];
  "∫Hom.Even" -> "∫Hom_R(−,W)" [style=dotted, kind="classifier_leg", id="arr.clf.int_hom_even"];
  "∫Hom.Nondegenerate" -> "∫Hom_R(−,W)" [style=dotted, kind="classifier_leg", id="arr.clf.int_hom_nondegenerate"];
  "∫Hom.Odd" -> "∫Hom_R(−,W)" [style=dotted, kind="classifier_leg", id="arr.clf.int_hom_odd"];
  "∫Hom.Unimodular" -> "∫Hom_R(−,W)" [style=dotted, kind="classifier_leg", id="arr.clf.int_hom_unimodular"];
  "∫Quad_R(W).Nondegenerate" -> "∫Quad_R(W)" [style=dotted, kind="classifier_leg", id="arr.clf.int_quad_r_nondegenerate"];
  "Lat.Definite" -> "Lat_R = ∫Bil_R(R).Symmetric.Nondegenerate" [style=dotted, kind="classifier_leg", id="arr.clf.lat_definite"];
  "Lat.Hyperbolic" -> "Lat_R = ∫Bil_R(R).Symmetric.Nondegenerate" [style=dotted, kind="classifier_leg", id="arr.clf.lat_hyperbolic"];
  "Lat.Indefinite" -> "Lat_R = ∫Bil_R(R).Symmetric.Nondegenerate" [style=dotted, kind="classifier_leg", id="arr.clf.lat_indefinite"];
  "Lat.NegativeDefinite" -> "Lat_R = ∫Bil_R(R).Symmetric.Nondegenerate" [style=dotted, kind="classifier_leg", id="arr.clf.lat_negativedefinite"];
  "Lat.PositiveDefinite" -> "Lat_R = ∫Bil_R(R).Symmetric.Nondegenerate" [style=dotted, kind="classifier_leg", id="arr.clf.lat_positivedefinite"];
  "Magmas.Multiplicative" -> Magmas [style=dotted, kind="classifier_leg", id="arr.clf.magmas_multiplicative"];
  "Manifolds.PL" -> Manifolds [style=dotted, kind="classifier_leg", id="arr.clf.manifolds_pl"];
  "Manifolds.Smooth" -> Manifolds [style=dotted, kind="classifier_leg", id="arr.clf.manifolds_smooth"];
  "Modules.OverField" -> "Modules(R)" [style=dotted, kind="classifier_leg", id="arr.clf.modules.over_field"];
  "Modules.WithBasis" -> "Modules(R)" [style=dotted, kind="classifier_leg", id="arr.clf.modules.with_basis"];
  "Modules.FinitelyGenerated" -> "Modules(R)" [style=dotted, kind="classifier_leg", id="arr.clf.modules_finitelygenerated"];
  "Modules.FinitelyPresented" -> "Modules(R)" [style=dotted, kind="classifier_leg", id="arr.clf.modules_finitelypresented"];
  "Modules.FiniteRank" -> "Modules(R)" [style=dotted, kind="classifier_leg", id="arr.clf.modules_finiterank"];
  "Modules.Free" -> "Modules(R)" [style=dotted, kind="classifier_leg", id="arr.clf.modules_free"];
  "Modules.Projective" -> "Modules(R)" [style=dotted, kind="classifier_leg", id="arr.clf.modules_projective"];
  "Modules.Torsion" -> "Modules(R)" [style=dotted, kind="classifier_leg", id="arr.clf.modules_torsion"];
  "Modules.TorsionFree" -> "Modules(R)" [style=dotted, kind="classifier_leg", id="arr.clf.modules_torsionfree"];
  "Modules.WithGenerators" -> "Modules(R)" [style=dotted, kind="classifier_leg", id="arr.clf.modules_withgenerators"];
  "Rings.Commutative" -> Rings [style=dotted, kind="classifier_leg", id="arr.clf.rings_commutative"];
  "Schemes.Affine" -> "Schemes(S)" [style=dotted, kind="classifier_leg", id="arr.clf.schemes_affine"];
  "Schemes.Étale" -> "Schemes(S)" [style=dotted, kind="classifier_leg", id="arr.clf.schemes_etale"];
  "Schemes.Finite" -> "Schemes(S)" [style=dotted, kind="classifier_leg", id="arr.clf.schemes_finite"];
  "Schemes.FiniteType" -> "Schemes(S)" [style=dotted, kind="classifier_leg", id="arr.clf.schemes_finitetype"];
  "Schemes.Flat" -> "Schemes(S)" [style=dotted, kind="classifier_leg", id="arr.clf.schemes_flat"];
  "Schemes.Integral" -> "Schemes(S)" [style=dotted, kind="classifier_leg", id="arr.clf.schemes_integral"];
  "Schemes.LocallyFinitePresentation" -> "Schemes(S)" [style=dotted, kind="classifier_leg", id="arr.clf.schemes_locallyfinitepresentation"];
  "Schemes.Projective" -> "Schemes(S)" [style=dotted, kind="classifier_leg", id="arr.clf.schemes_projective"];
  "Schemes.Proper" -> "Schemes(S)" [style=dotted, kind="classifier_leg", id="arr.clf.schemes_proper"];
  "Schemes.RelativeDimension(n)" -> "Schemes(S)" [style=dotted, kind="classifier_leg", id="arr.clf.schemes_relativedimension"];
  "Schemes(S).RelativeDimension(1)" -> "Schemes(S)" [style=dotted, kind="classifier_leg", id="arr.clf.schemes_s_relativedimension"];
  "Schemes.Separated" -> "Schemes(S)" [style=dotted, kind="classifier_leg", id="arr.clf.schemes_separated"];
  "Schemes.Smooth" -> "Schemes(S)" [style=dotted, kind="classifier_leg", id="arr.clf.schemes_smooth"];
  "Schemes.Unramified" -> "Schemes(S)" [style=dotted, kind="classifier_leg", id="arr.clf.schemes_unramified"];
  "Sets.Finite" -> Sets [style=dotted, kind="classifier_leg", id="arr.clf.sets.finite"];
  "Sets.Graded" -> Sets [style=dotted, kind="classifier_leg", id="arr.clf.sets.graded"];
  "Sets.Countable" -> Sets [style=dotted, kind="classifier_leg", id="arr.clf.sets_countable"];
  "Sets.Infinite" -> Sets [style=dotted, kind="classifier_leg", id="arr.clf.sets_infinite"];
  "Sets.Uncountable" -> Sets [style=dotted, kind="classifier_leg", id="arr.clf.sets_uncountable"];
  "AbelianGroups = Groups.Commutative" -> "Groups = Magmas.Associative.Unital.Inverse" [kind="full_inclusion", id="arr.dot.abeliangroups__groups"];
  "AdditiveAbelianGroups = AdditiveGroups.Commutative" -> "AdditiveGroups = Magmas.Additive.Associative.Unital.Inverse" [kind="full_inclusion", id="arr.dot.additiveabeliangroups__additivegroups"];
  "AdditiveGroups = Magmas.Additive.Associative.Unital.Inverse" -> "AdditiveMonoids = Magmas.Additive.Associative.Unital" [kind="full_inclusion", id="arr.dot.additivegroups__additivemonoids"];
  "AdditiveMonoids = Magmas.Additive.Associative.Unital" -> "AdditiveSemigroups = Magmas.Additive.Associative" [kind="full_inclusion", id="arr.dot.additivemonoids__additivesemigroups"];
  "AdditiveSemigroups = Magmas.Additive.Associative" -> "Magmas.Additive" [kind="full_inclusion", id="arr.dot.additivesemigroups__magmas_additive"];
  AlgebraicSpaces -> "Schemes(S)" [kind="forgetful", id="arr.dot.algebraicspaces__schemes"];
  AlgebraicStacks -> Stacks [kind="forgetful", id="arr.dot.algebraicstacks__stacks"];
  "Algebras(R)" -> Magmas [kind="forgetful", id="arr.dot.algebras__magmas"];
  "AlgebrasOverField = Algebras.OverField" -> "Algebras(R)" [kind="full_inclusion", id="arr.dot.algebrasoverfield__algebras"];
  "AlgebrasOverField = Algebras.OverField" -> "VectorSpaces(K) = Modules.OverField" [kind="full_inclusion", id="arr.dot.algebrasoverfield__vectorspaces"];
  "Arr(−)" -> CatObject [color="#6a1b9a", kind="construction", id="arr.dot.arr__catobject"];
  ArtinStacks -> AlgebraicStacks [kind="forgetful", id="arr.dot.artinstacks__algebraicstacks"];
  "AssociativeAlgebras = Algebras.Associative" -> "Algebras(R)" [kind="full_inclusion", id="arr.dot.associativealgebras__algebras"];
  "Bialgebras(R)" -> "Coalgebras(R)" [kind="forgetful", id="arr.dot.bialgebras__coalgebras"];
  "Bialgebras(R)" -> "UnitalAlgebras = Algebras.Associative.Unital" [kind="forgetful", id="arr.dot.bialgebras__unitalalgebras"];
  Bicategories -> CatObject [kind="forgetful", id="arr.dot.bicategories__catobject"];
  "Bimodules(R,S)" -> "LeftModules(R)" [kind="forgetful", id="arr.dot.bimodules__leftmodules"];
  "Bimodules(R,S)" -> "RightModules(R)" [kind="forgetful", id="arr.dot.bimodules__rightmodules"];
  Cat_1 -> Cat_2 [kind="forgetful", id="arr.dot.cat_1__cat_2"];
  Cat_2 -> Bicategories [kind="forgetful", id="arr.dot.cat_2__bicategories"];
  "ChainComplexes(C)" -> "NonUnitalDGAs = Algebras.Differential" [kind="forgetful", id="arr.dot.chaincomplexes__nonunitaldgas"];
  ChowGroups -> "AbelianGroups = Groups.Commutative" [color="#6a1b9a", kind="construction", id="arr.dot.chowgroups__abeliangroups"];
  "C∞Algebras(R)" -> "CommAlgebras = UnitalAlgebras.Commutative" [kind="forgetful", id="arr.dot.cinftyalgebras__commalgebras"];
  ClassifyingStacks -> QuotientStacks [kind="forgetful", id="arr.dot.classifyingstacks__quotientstacks"];
  "CliffordAlgebras(R)" -> "UnitalAlgebras = Algebras.Associative.Unital" [kind="forgetful", id="arr.dot.cliffordalgebras__unitalalgebras"];
  "CochainComplexes(C)" -> "NonUnitalDGAs = Algebras.Differential" [kind="forgetful", id="arr.dot.cochaincomplexes__nonunitaldgas"];
  "Coh(X)" -> "Mod(O_X)" [kind="forgetful", id="arr.dot.coh__mod"];
  CohomologyRings -> Homology [color="#6a1b9a", kind="construction", id="arr.dot.cohomologyrings__homology"];
  CohomologyRings -> Rings [color="#6a1b9a", kind="construction", id="arr.dot.cohomologyrings__rings"];
  Comma -> CatObject [color="#6a1b9a", kind="construction", id="arr.dot.comma__catobject"];
  "CommAlgebras = UnitalAlgebras.Commutative" -> "CommRings = Rings.Commutative" [kind="full_inclusion", id="arr.dot.commalgebras__commrings"];
  "CommAlgebras = UnitalAlgebras.Commutative" -> "UnitalAlgebras = Algebras.Associative.Unital" [kind="full_inclusion", id="arr.dot.commalgebras__unitalalgebras"];
  "CompleteIntersections(K)" -> "Varieties(K) = Schemes.Integral.Separated.FiniteType" [kind="forgetful", id="arr.dot.completeintersections__varieties"];
  Cones -> TopologicalSpaces [kind="forgetful", id="arr.dot.cones__topologicalspaces"];
  Coslices -> Comma [color="#6a1b9a", kind="construction", id="arr.dot.coslices__comma"];
  "CountableInfiniteSets = Sets.Countable.Infinite" -> "Sets.Countable" [kind="pullback_projection", id="arr.dot.countableinfinitesets__sets_countable"];
  "CountableInfiniteSets = Sets.Countable.Infinite" -> "Sets.Infinite" [kind="pullback_projection", id="arr.dot.countableinfinitesets__sets_infinite"];
  CoxeterGroups -> "Groups = Magmas.Associative.Unital.Inverse" [kind="forgetful", id="arr.dot.coxetergroups__groups"];
  "Curves(K) = Schemes.RelativeDimension(1)" -> "Varieties(K) = Schemes.Integral.Separated.FiniteType" [kind="full_inclusion", id="arr.dot.curves__varieties"];
  Cycles -> "AbelianGroups = Groups.Commutative" [color="#6a1b9a", kind="construction", id="arr.dot.cycles__abeliangroups"];
  DeligneMumfordStacks -> AlgebraicStacks [kind="forgetful", id="arr.dot.delignemumfordstacks__algebraicstacks"];
  DeligneMumfordStacks -> ArtinStacks [kind="forgetful", id="arr.dot.delignemumfordstacks__artinstacks"];
  DeRhamCohomologyRings -> CohomologyRings [color="#6a1b9a", kind="construction", id="arr.dot.derhamcohomologyrings__cohomologyrings"];
  DeRhamComplexes -> "CochainComplexes(C)" [kind="forgetful", id="arr.dot.derhamcomplexes__cochaincomplexes"];
  DeRhamComplexes -> DiffFormModules [color="#6a1b9a", kind="construction", id="arr.dot.derhamcomplexes__diffformmodules"];
  DescentData -> FibredCategories [color="#6a1b9a", kind="construction", id="arr.dot.descentdata__fibredcategories"];
  "DGAs = UnitalAlgebras.Differential" -> "Algebras(R).Graded" [kind="pullback_projection", id="arr.dot.dgas__algebras_graded"];
  "DGAs = UnitalAlgebras.Differential" -> "NonUnitalDGAs = Algebras.Differential" [kind="full_inclusion", id="arr.dot.dgas__nonunitaldgas"];
  "DGAs = UnitalAlgebras.Differential" -> "UnitalAlgebras = Algebras.Associative.Unital" [kind="full_inclusion", id="arr.dot.dgas__unitalalgebras"];
  DiagramCategories -> FunctorCategories [color="#6a1b9a", kind="construction", id="arr.dot.diagramcategories__functorcategories"];
  DiffFormModules -> "Modules(R)" [color="#6a1b9a", kind="construction", id="arr.dot.diffformmodules__modules"];
  DiffFormModules -> "Sets.Graded" [color="#6a1b9a", kind="construction", id="arr.dot.diffformmodules__sets_graded"];
  "DiscBil = ∫Bil.Symmetric.Nondegenerate.Finite" -> "∫Bil_R(W)" [kind="full_inclusion", id="arr.dot.discbil__int_bil_r"];
  "DiscBil = ∫Bil.Symmetric.Nondegenerate.Finite" -> "Sets.Finite" [kind="pullback_projection", id="arr.dot.discbil__sets_finite"];
  "DiscQuad = ∫Quad.Nondegenerate" -> "∫Quad_R(W)" [kind="full_inclusion", id="arr.dot.discquad__int_quad_r"];
  Div -> "AbelianGroups = Groups.Commutative" [color="#6a1b9a", kind="construction", id="arr.dot.div__abeliangroups"];
  "DivisionRings = Rings.Division" -> "Domains = Rings.Domain" [kind="full_inclusion", id="arr.dot.divisionrings__domains"];
  "DivisionRings = Rings.Division" -> Rings [kind="full_inclusion", id="arr.dot.divisionrings__rings"];
  DualObjects -> "TensorProducts = CatObject.Monoidal" [kind="forgetful", id="arr.dot.dualobjects__tensorproducts"];
  "EuclideanDomains = Rings.Commutative.Euclidean" -> "PIDs = Rings.Commutative.PID" [kind="full_inclusion", id="arr.dot.euclideandomains__pids"];
  "ExteriorAlgebras(R)" -> "Algebras(R).Graded" [kind="pullback_projection", id="arr.dot.exterioralgebras__algebras_graded"];
  "ExteriorAlgebras(R)" -> "UnitalAlgebras = Algebras.Associative.Unital" [kind="forgetful", id="arr.dot.exterioralgebras__unitalalgebras"];
  Fans -> Cones [kind="forgetful", id="arr.dot.fans__cones"];
  FibredCategories -> Cat_1 [color="#6a1b9a", kind="construction", id="arr.dot.fibredcategories__cat_1"];
  Fields -> "DivisionRings = Rings.Division" [kind="forgetful", id="arr.dot.fields__divisionrings"];
  Fields -> "EuclideanDomains = Rings.Commutative.Euclidean" [kind="forgetful", id="arr.dot.fields__euclideandomains"];
  "FinitelyGeneratedGroups = Magmas.Associative.Unital.Inverse.FinitelyGenerated" -> "Groups = Magmas.Associative.Unital.Inverse" [kind="full_inclusion", id="arr.dot.finitelygeneratedgroups__groups"];
  "FinitelyGeneratedModules = Modules.FinitelyGenerated" -> "Modules(R)" [kind="full_inclusion", id="arr.dot.finitelygeneratedmodules__modules"];
  "FinitelyPresentedModules = Modules.FinitelyPresented" -> "FinitelyGeneratedModules = Modules.FinitelyGenerated" [kind="full_inclusion", id="arr.dot.finitelypresentedmodules__finitelygeneratedmodules"];
  "FiniteRankModules = Modules.FiniteRank" -> "Modules(R)" [kind="full_inclusion", id="arr.dot.finiterankmodules__modules"];
  "FreeModules = Modules.Free" -> "Modules(R)" [kind="full_inclusion", id="arr.dot.freemodules__modules"];
  "FreeModules = Modules.Free" -> "ProjectiveModules = Modules.Projective" [kind="full_inclusion", id="arr.dot.freemodules__projectivemodules"];
  FunctorCategories -> HomCategories [color="#6a1b9a", kind="construction", id="arr.dot.functorcategories__homcategories"];
  "G-Objects(G)" -> CatObject [kind="forgetful", id="arr.dot.g_objects__catobject"];
  "G-Objects(G)" -> "Groups = Magmas.Associative.Unital.Inverse" [kind="forgetful", id="arr.dot.g_objects__groups"];
  "GCDDomains = Rings.Commutative.GCDDomain" -> "IntegralDomains = Domains.Commutative" [kind="full_inclusion", id="arr.dot.gcddomains__integraldomains"];
  Genera -> "Sets.Finite" [color="#6a1b9a", kind="construction", id="arr.dot.genera__sets_finite"];
  Graphs -> CatObject [kind="forgetful", id="arr.dot.graphs__catobject"];
  GroupoidObjects -> CatObject [color="#6a1b9a", kind="construction", id="arr.dot.groupoidobjects__catobject"];
  GroupoidObjects -> Groupoids [color="#6a1b9a", kind="construction", id="arr.dot.groupoidobjects__groupoids"];
  Groupoids -> Cat_1 [kind="forgetful", id="arr.dot.groupoids__cat_1"];
  HodgeStructures -> "AdditiveAbelianGroups = AdditiveGroups.Commutative" [kind="forgetful", id="arr.dot.hodgestructures__additiveabeliangroups"];
  HomCategories -> CatObject [color="#6a1b9a", kind="construction", id="arr.dot.homcategories__catobject"];
  Homology -> "DGAs = UnitalAlgebras.Differential" [kind="forgetful", id="arr.dot.homology__dgas"];
  Homology -> "Modules(R)" [kind="forgetful", id="arr.dot.homology__modules"];
  Homsets -> HomCategories [kind="forgetful", id="arr.dot.homsets__homcategories"];
  Homsets -> Sets [kind="forgetful", id="arr.dot.homsets__sets"];
  "Hypersurfaces(K)" -> "Varieties(K) = Schemes.Integral.Separated.FiniteType" [kind="forgetful", id="arr.dot.hypersurfaces__varieties"];
  IncidenceCategories -> Cat_1 [kind="forgetful", id="arr.dot.incidencecategories__cat_1"];
  "∫Bil_R(W)" -> "∫Hom_R(−,W)" [kind="forgetful", id="arr.dot.int_bil_r__int_hom_r"];
  "∫Herm_R(W)" -> "∫Hom_R(−,W)" [kind="forgetful", id="arr.dot.int_herm_r__int_hom_r"];
  "∫Hom_R(−,W)" -> "Modules(R)" [kind="forgetful", id="arr.dot.int_hom_r__modules"];
  "∫Quad_R(W)" -> "∫Hom_R(−,W)" [kind="forgetful", id="arr.dot.int_quad_r__int_hom_r"];
  "IntegralDomains = Domains.Commutative" -> "CommRings = Rings.Commutative" [kind="full_inclusion", id="arr.dot.integraldomains__commrings"];
  "IntegralDomains = Domains.Commutative" -> "Domains = Rings.Domain" [kind="full_inclusion", id="arr.dot.integraldomains__domains"];
  IsometryGroups -> LatticeHomsets [color="#6a1b9a", kind="construction", id="arr.dot.isometrygroups__latticehomsets"];
  IsometryGroups -> OrthogonalGroups [color="#6a1b9a", kind="construction", id="arr.dot.isometrygroups__orthogonalgroups"];
  IsomorphicObjects -> "Arr(−)" [color="#6a1b9a", kind="construction", id="arr.dot.isomorphicobjects__arr"];
  "Lat_R = ∫Bil_R(R).Symmetric.Nondegenerate" -> "∫Bil_R(W)" [kind="full_inclusion", id="arr.dot.lat_r__int_bil_r"];
  "Lat_R = ∫Bil_R(R).Symmetric.Nondegenerate" -> "ProjectiveModules = Modules.Projective" [kind="full_inclusion", id="arr.dot.lat_r__projectivemodules"];
  LatticeHomsets -> Homsets [kind="forgetful", id="arr.dot.latticehomsets__homsets"];
  LatticeHomsets -> "Lat_R = ∫Bil_R(R).Symmetric.Nondegenerate" [kind="forgetful", id="arr.dot.latticehomsets__lat_r"];
  LatticePolytopes -> Polyhedra [kind="forgetful", id="arr.dot.latticepolytopes__polyhedra"];
  LocallyRingedSpaces -> RingedSpaces [kind="forgetful", id="arr.dot.locallyringedspaces__ringedspaces"];
  Manifolds -> RingedSpaces [kind="forgetful", id="arr.dot.manifolds__ringedspaces"];
  Manifolds -> TopologicalSpaces [kind="forgetful", id="arr.dot.manifolds__topologicalspaces"];
  "Manifolds.Smooth" -> "Varieties(K) = Schemes.Integral.Separated.FiniteType" [color="#6a1b9a", kind="construction", id="arr.dot.manifolds_smooth__varieties"];
  MetricSpaces -> TopologicalSpaces [kind="forgetful", id="arr.dot.metricspaces__topologicalspaces"];
  "Mod(O_X)" -> "Modules(R)" [kind="forgetful", id="arr.dot.mod__modules"];
  "Mod(O_X)" -> RingedSites [kind="forgetful", id="arr.dot.mod__ringedsites"];
  "Mod(O_X)" -> RingedSpaces [kind="forgetful", id="arr.dot.mod__ringedspaces"];
  "Modules(R)" -> "AdditiveAbelianGroups = AdditiveGroups.Commutative" [kind="forgetful", id="arr.dot.modules__additiveabeliangroups"];
  "ModulesWithBasis = Bimodules(R,R).WithBasis" -> "FreeModules = Modules.Free" [kind="full_inclusion", id="arr.dot.moduleswithbasis__freemodules"];
  "ModulesWithGenerators = Modules.WithGenerators" -> "Modules(R)" [kind="full_inclusion", id="arr.dot.moduleswithgenerators__modules"];
  "NoetherianCommRings = Rings.Commutative.Noetherian" -> "CommRings = Rings.Commutative" [kind="full_inclusion", id="arr.dot.noetheriancommrings__commrings"];
  "NonUnitalDGAs = Algebras.Differential" -> "Algebras(R)" [kind="full_inclusion", id="arr.dot.nonunitaldgas__algebras"];
  "NonUnitalDGAs = Algebras.Differential" -> "Algebras(R).Graded" [kind="pullback_projection", id="arr.dot.nonunitaldgas__algebras_graded"];
  NS -> "AbelianGroups = Groups.Commutative" [color="#6a1b9a", kind="construction", id="arr.dot.ns__abeliangroups"];
  NS -> "Lat_R = ∫Bil_R(R).Symmetric.Nondegenerate" [color="#6a1b9a", kind="construction", id="arr.dot.ns__lat_r"];
  "(−)^op" -> CatObject [color="#6a1b9a", kind="construction", id="arr.dot.op__catobject"];
  OrthogonalGroups -> "Groups = Magmas.Associative.Unital.Inverse" [color="#6a1b9a", kind="construction", id="arr.dot.orthogonalgroups__groups"];
  OrthogonalGroups -> "∫Bil_R(W)" [color="#6a1b9a", kind="construction", id="arr.dot.orthogonalgroups__int_bil_r"];
  Pic -> "AbelianGroups = Groups.Commutative" [color="#6a1b9a", kind="construction", id="arr.dot.pic__abeliangroups"];
  "PIDs = Rings.Commutative.PID" -> "UFDs = Rings.Commutative.UFD" [kind="full_inclusion", id="arr.dot.pids__ufds"];
  Polyhedra -> TopologicalSpaces [kind="forgetful", id="arr.dot.polyhedra__topologicalspaces"];
  Posets -> "CatObject.Thin" [kind="pullback_projection", id="arr.dot.posets__catobject_thin"];
  Presheaves -> FunctorCategories [kind="forgetful", id="arr.dot.presheaves__functorcategories"];
  Prestacks -> FibredCategories [kind="forgetful", id="arr.dot.prestacks__fibredcategories"];
  "ProjectiveModules = Modules.Projective" -> "Modules(R)" [kind="full_inclusion", id="arr.dot.projectivemodules__modules"];
  "QCoh(X)" -> "Mod(O_X)" [kind="forgetful", id="arr.dot.qcoh__mod"];
  Quotients -> Coslices [color="#6a1b9a", kind="construction", id="arr.dot.quotients__coslices"];
  QuotientStacks -> AlgebraicStacks [kind="forgetful", id="arr.dot.quotientstacks__algebraicstacks"];
  QuotientStacks -> "G-Objects(G)" [kind="forgetful", id="arr.dot.quotientstacks__g_objects"];
  QuotientStacks -> GroupoidObjects [kind="forgetful", id="arr.dot.quotientstacks__groupoidobjects"];
  ReflectionGroups -> "Groups = Magmas.Associative.Unital.Inverse" [kind="forgetful", id="arr.dot.reflectiongroups__groups"];
  "RightModules(R)" -> "AdditiveAbelianGroups = AdditiveGroups.Commutative" [kind="forgetful", id="arr.dot.rightmodules__additiveabeliangroups"];
  RingedSites -> Sites [kind="forgetful", id="arr.dot.ringedsites__sites"];
  RingedSpaces -> TopologicalSpaces [kind="forgetful", id="arr.dot.ringedspaces__topologicalspaces"];
  RingedTopoi -> Topoi [kind="forgetful", id="arr.dot.ringedtopoi__topoi"];
  Rings -> Rngs [kind="forgetful", id="arr.dot.rings__rngs"];
  Rings -> Semirings [kind="forgetful", id="arr.dot.rings__semirings"];
  Rngs -> "AdditiveAbelianGroups = AdditiveGroups.Commutative" [kind="forgetful", id="arr.dot.rngs__additiveabeliangroups"];
  Rngs -> "Semigroups = Magmas.Associative" [kind="forgetful", id="arr.dot.rngs__semigroups"];
  RootLattices -> "Lat_R = ∫Bil_R(R).Symmetric.Nondegenerate" [kind="forgetful", id="arr.dot.rootlattices__lat_r"];
  RootSystems -> Cones [kind="forgetful", id="arr.dot.rootsystems__cones"];
  "Schemes(S)" -> AlgebraicStacks [kind="forgetful", id="arr.dot.schemes__algebraicstacks"];
  "Schemes(S)" -> LocallyRingedSpaces [kind="forgetful", id="arr.dot.schemes__locallyringedspaces"];
  Semirings -> "AdditiveMonoids = Magmas.Additive.Associative.Unital" [kind="forgetful", id="arr.dot.semirings__additivemonoids"];
  Semirings -> "Monoids = Magmas.Associative.Unital" [kind="forgetful", id="arr.dot.semirings__monoids"];
  Sheaves -> Presheaves [kind="forgetful", id="arr.dot.sheaves__presheaves"];
  Sites -> Cat_1 [kind="forgetful", id="arr.dot.sites__cat_1"];
  Slices -> Comma [color="#6a1b9a", kind="construction", id="arr.dot.slices__comma"];
  SpecializationPosets -> Posets [kind="forgetful", id="arr.dot.specializationposets__posets"];
  StableGraphs -> Graphs [kind="forgetful", id="arr.dot.stablegraphs__graphs"];
  StableGraphs -> StratifiedSpaces [kind="forgetful", id="arr.dot.stablegraphs__stratifiedspaces"];
  Stacks -> Prestacks [kind="forgetful", id="arr.dot.stacks__prestacks"];
  StratifiedSpaces -> DeligneMumfordStacks [kind="forgetful", id="arr.dot.stratifiedspaces__delignemumfordstacks"];
  StratifiedSpaces -> SpecializationPosets [color="#6a1b9a", kind="construction", id="arr.dot.stratifiedspaces__specializationposets"];
  StratifiedSpaces -> TopologicalSpaces [kind="forgetful", id="arr.dot.stratifiedspaces__topologicalspaces"];
  Subobjects -> Slices [color="#6a1b9a", kind="construction", id="arr.dot.subobjects__slices"];
  Subquotients -> Quotients [color="#6a1b9a", kind="construction", id="arr.dot.subquotients__quotients"];
  Subquotients -> Subobjects [color="#6a1b9a", kind="construction", id="arr.dot.subquotients__subobjects"];
  "Surfaces(K) = Schemes.RelativeDimension(2)" -> "Varieties(K) = Schemes.Integral.Separated.FiniteType" [kind="full_inclusion", id="arr.dot.surfaces__varieties"];
  "SymmetricAlgebras(R)" -> "CommAlgebras = UnitalAlgebras.Commutative" [kind="forgetful", id="arr.dot.symmetricalgebras__commalgebras"];
  "TensorAlgebras(R)" -> "UnitalAlgebras = Algebras.Associative.Unital" [kind="forgetful", id="arr.dot.tensoralgebras__unitalalgebras"];
  TensorFieldModules -> "C∞Algebras(R)" [color="#6a1b9a", kind="construction", id="arr.dot.tensorfieldmodules__cinftyalgebras"];
  TensorFieldModules -> "Modules(R)" [color="#6a1b9a", kind="construction", id="arr.dot.tensorfieldmodules__modules"];
  "TensorProducts = CatObject.Monoidal" -> CatObject [kind="full_inclusion", id="arr.dot.tensorproducts__catobject"];
  Topoi -> Sheaves [kind="forgetful", id="arr.dot.topoi__sheaves"];
  TopologicalSpaces -> Sets [kind="forgetful", id="arr.dot.topologicalspaces__sets"];
  "ToricVarieties(K)" -> "Varieties(K) = Schemes.Integral.Separated.FiniteType" [kind="forgetful", id="arr.dot.toricvarieties__varieties"];
  Torsors -> "G-Objects(G)" [color="#6a1b9a", kind="construction", id="arr.dot.torsors__g_objects"];
  "UFDs = Rings.Commutative.UFD" -> "GCDDomains = Rings.Commutative.GCDDomain" [kind="full_inclusion", id="arr.dot.ufds__gcddomains"];
  "UnitalAlgebras = Algebras.Associative.Unital" -> "AssociativeAlgebras = Algebras.Associative" [kind="full_inclusion", id="arr.dot.unitalalgebras__associativealgebras"];
  "Varieties(K) = Schemes.Integral.Separated.FiniteType" -> "Schemes(S)" [kind="full_inclusion", id="arr.dot.varieties__schemes"];
  VectorFieldModules -> "C∞Algebras(R)" [color="#6a1b9a", kind="construction", id="arr.dot.vectorfieldmodules__cinftyalgebras"];
  VectorFieldModules -> "Modules(R)" [color="#6a1b9a", kind="construction", id="arr.dot.vectorfieldmodules__modules"];
  "VectorSpaces(K) = Modules.OverField" -> "Modules(R)" [kind="full_inclusion", id="arr.dot.vectorspaces__modules"];
  "VectorSpacesWithBasis = VectorSpaces.WithBasis" -> "ModulesWithBasis = Bimodules(R,R).WithBasis" [kind="full_inclusion", id="arr.dot.vectorspaceswithbasis__moduleswithbasis"];
  "VectorSpacesWithBasis = VectorSpaces.WithBasis" -> "VectorSpaces(K) = Modules.OverField" [kind="full_inclusion", id="arr.dot.vectorspaceswithbasis__vectorspaces"];
  WeylGroups -> ReflectionGroups [kind="forgetful", id="arr.dot.weylgroups__reflectiongroups"];
  Magmas -> Sets [kind="forgetful", id="arr.fun.magmas_to_sets"];
  Sets -> CatObject [kind="forgetful", id="arr.fun.sets_to_cat_object"];
  Fields -> Rings [kind="full_inclusion", id="arr.incl.fields_to_rings"];
  "Groups = Magmas.Associative.Unital.Inverse" -> "Monoids = Magmas.Associative.Unital" [kind="full_inclusion", id="arr.incl.groups_to_monoids"];
  "Monoids = Magmas.Associative.Unital" -> "Semigroups = Magmas.Associative" [kind="full_inclusion", id="arr.incl.monoids_to_semigroups"];
  "Semigroups = Magmas.Associative" -> Magmas [kind="full_inclusion", id="arr.incl.semigroups_to_magmas"];
  WeylGroups -> CoxeterGroups [kind="full_inclusion", id="arr.incl.weyl_to_coxeter"];
  "Algebras(R)" -> Rings [style=dashed,color="#e65100", kind="parameter_dependency", id="arr.param.algebras_r_base_ring"];
  "Modules(R)" -> Rings [style=dashed,color="#e65100", kind="parameter_dependency", id="arr.param.modules_r_base_ring"];
  "VectorSpaces(K) = Modules.OverField" -> Fields [style=dashed,color="#e65100", kind="parameter_dependency", id="arr.param.vector_spaces_field"];
  "CommRings = Rings.Commutative" -> Rings [kind="pullback_projection", id="arr.pb.comm_rings_to_rings"];
  "FiniteFields = Fields.Finite" -> Fields [kind="pullback_projection", id="arr.pb.finite_fields_to_fields"];
  "FiniteFields = Fields.Finite" -> "Sets.Finite" [kind="pullback_projection", id="arr.pb.finite_fields_to_sets_finite"];
  "FiniteRings = Rings.Finite" -> Rings [kind="pullback_projection", id="arr.pb.finite_rings_to_rings"];
  "FiniteRings = Rings.Finite" -> "Sets.Finite" [kind="pullback_projection", id="arr.pb.finite_rings_to_sets_finite"];
  "Lat.Hyperbolic" -> "Lat.Indefinite" [style=dashed, kind="theorem_inclusion", id="arr.thm.lat_hyperbolic_implies_indefinite"];
  "Lat.NegativeDefinite" -> "Lat.Definite" [style=dashed, kind="theorem_inclusion", id="arr.thm.lat_negative_definite"];
  "Lat.PositiveDefinite" -> "Lat.Definite" [style=dashed, kind="theorem_inclusion", id="arr.thm.lat_positive_definite"];
  "Sets.Finite" -> "Sets.Countable" [style=dashed, kind="theorem_inclusion", id="arr.thm.sets_finite_implies_countable"];
  "Sets.Uncountable" -> "Sets.Infinite" [style=dashed, kind="theorem_inclusion", id="arr.thm.sets_uncountable_implies_infinite"];
  "AdditiveGroups = Magmas.Additive.Associative.Unital.Inverse" -> "Magmas.Additive" [kind="forgetful", id="fun.additive_groups_to_additive_magmas"];
  "Algebras(R)" -> "Modules(R)" [kind="forgetful", id="fun.algebras_to_modules"];
  "Algebras(R)" -> Sets [kind="forgetful", id="fun.algebras_to_sets"];
  "Bialgebras(R)" -> "Algebras(R)" [kind="forgetful", id="fun.bialgebras_to_algebras"];
  "Coalgebras(R)" -> "Modules(R)" [kind="forgetful", id="fun.coalgebras_to_modules"];
  "Domains = Rings.Domain" -> Rings [kind="full_inclusion", id="fun.domains_to_rings"];
  Fields -> Sets [kind="forgetful", id="fun.fields_to_sets"];
  "Groups = Magmas.Associative.Unital.Inverse" -> Magmas [kind="forgetful", id="fun.groups_to_magmas"];
  "HopfAlgebras(R)" -> "Bialgebras(R)" [kind="forgetful", id="fun.hopf_to_bialgebras"];
  "IntegralDomains = Domains.Commutative" -> Fields [kind="forgetful", id="fun.integral_domains_to_fields"];
  "LieAlgebras(R)" -> "Algebras(R)" [kind="forgetful", id="fun.lie_to_algebras"];
  Manifolds -> Sets [kind="forgetful", id="fun.manifolds_to_sets"];
  MetricSpaces -> Sets [kind="forgetful", id="fun.metricspaces_to_sets"];
  "Modules(R)" -> Sets [kind="forgetful", id="fun.modules_to_sets"];
  Posets -> Sets [kind="forgetful", id="fun.posets_to_sets"];
  Rings -> Magmas [kind="forgetful", id="fun.rings_to_multiplicative_magmas"];
  Rings -> Sets [kind="forgetful", id="fun.rings_to_sets"];
  "UnitalAlgebras = Algebras.Associative.Unital" -> Magmas [kind="forgetful", id="fun.unital_algebras_to_magmas"];
  "Magmas.Additive" -> Magmas [kind="full_inclusion", id="arr.incl.additive_magmas_to_magmas"];
  "AdditiveGroups = Magmas.Additive.Associative.Unital.Inverse" -> Magmas [kind="forgetful", id="fun.additive_groups_to_magmas"];
  "Bimodules(R,R)" -> "Bimodules(R,S)" [kind="full_inclusion", id="arr.dot.bimodulesdiagonal__bimodules"];
  "Algebras(R)" -> "Bimodules(R,R)" [kind="forgetful", id="fun.algebras_to_bimodules"];
  "Bimodules(K,K) = Bimodules(R,R).OverField" -> "Bimodules(R,R)" [kind="full_inclusion", id="arr.dot.bimodulesfield__bimodulesdiagonal"];
  "VectorSpaces(K) = Modules.OverField" -> "Bimodules(K,K) = Bimodules(R,R).OverField" [kind="full_inclusion", id="fun.vectorspaces_central_section"];
  "AlgebrasOverField = Algebras.OverField" -> "Bimodules(K,K) = Bimodules(R,R).OverField" [kind="forgetful", id="fun.algebras_over_field_to_bimodules"];
  Sets -> "Monoids = Magmas.Associative.Unital" [kind="left_adjoint", id="fun.free.monoid"];
  Sets -> "Groups = Magmas.Associative.Unital.Inverse" [kind="left_adjoint", id="fun.free.group"];
  Sets -> "AdditiveAbelianGroups = AdditiveGroups.Commutative" [kind="left_adjoint", id="fun.free.abelian_group"];
  Sets -> "Modules(R)" [kind="left_adjoint", id="fun.free.module_r"];
  "Modules(R)" -> "UnitalAlgebras = Algebras.Associative.Unital" [kind="left_adjoint", id="fun.tensor_algebra"];
  Sets -> "UnitalAlgebras = Algebras.Associative.Unital" [kind="left_adjoint", id="fun.free.associative_algebra_set"];
  "Modules(R)" -> "CommAlgebras = UnitalAlgebras.Commutative" [kind="left_adjoint", id="fun.symmetric_algebra"];
  Sets -> "CommAlgebras = UnitalAlgebras.Commutative" [kind="left_adjoint", id="fun.free.commutative_algebra_set"];
  "Monoids = Magmas.Associative.Unital" -> "Bialgebras(R)" [kind="left_adjoint", id="fun.monoid_algebra"];
  "Groups = Magmas.Associative.Unital.Inverse" -> "HopfAlgebras(R)" [kind="left_adjoint", id="fun.group_algebra"];
  "Bialgebras(R)" -> "Monoids = Magmas.Associative.Unital" [kind="right_adjoint", id="fun.grouplike_elements"];
  "HopfAlgebras(R)" -> "Groups = Magmas.Associative.Unital.Inverse" [kind="right_adjoint", id="fun.grouplike_elements_hopf"];
  "BiAct(R,S)" -> "Modules(R)" [kind="pullback_projection", id="arr.proj.biact__modules"];
  "BiAct(R,S)" -> "RightModules(R)" [kind="pullback_projection", id="arr.proj.biact__rightmodules"];
  "Bimodules(R,S)" -> "BiAct(R,S)" [style=dotted, kind="classifier_leg", id="arr.clf.biact.commutation"];
  "BasisFrame_n(R)" -> "GenFrame_n(R)" [kind="full_inclusion", id="arr.frame.basisframe__genframe"];
  "BasisFrame_n(R)" -> "Coord_n(R)" [kind="forgetful", id="arr.frame.basisframe__coord"];
  "GenFrame_n(R)" -> "Modules(R)" [kind="forgetful", id="arr.frame.genframe__modules"];
  "Coord_n(R)" -> "Modules(R)" [kind="forgetful", id="arr.frame.coord__modules"];
  "SymMat_n(R)" -> "Bil^coord_n(R) = Bil x^h_{R-Mod} Coord_n(R)" [color="#6a1b9a", kind="construction", id="fun.gram_n"];
  "Bil^coord_n(R) = Bil x^h_{R-Mod} Coord_n(R)" -> "∫Bil_R(W)" [kind="pullback_projection", id="arr.proj.bil_coord__int_bil"];
  "Bil^coord_n(R) = Bil x^h_{R-Mod} Coord_n(R)" -> "Coord_n(R)" [kind="pullback_projection", id="arr.proj.bil_coord__coord"];
+   EmbeddedRootRealizations -> RootBasis_Gamma [kind="forgetful", id="arr.root.embedded__rootbasis_gamma"];
+   RootBasis_Gamma -> RootBasis_S [kind="full_inclusion", id="arr.root.rootbasis_gamma__rootbasis_s"];
+   RootBasis_S -> RootFrame_S [kind="full_inclusion", id="arr.root.rootbasis_s__rootframe_s"];
+   RootFrame_S -> "Lat_R = ∫Bil_R(R).Symmetric.Nondegenerate" [kind="forgetful", id="arr.root.rootframe_s__lat"];
}
